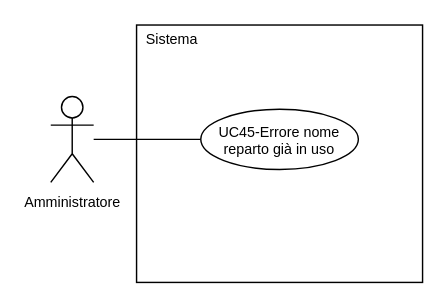
Before: 2-RTB/Documenti_esterni/Analisi_dei_requisiti/draw.io/UC45.drawio in SnakeByteTeam/snakebyteteam.github.io, a draw.io diagram. Source tidied: cells renumbered, new cells numbered last; positions are measured from the earlier drawing's top-left corner, leaving out a move shared by most shapes. Both pictures are drawn from the tidied source at 143%, with x=0, y=0 at pixel (50, 24).
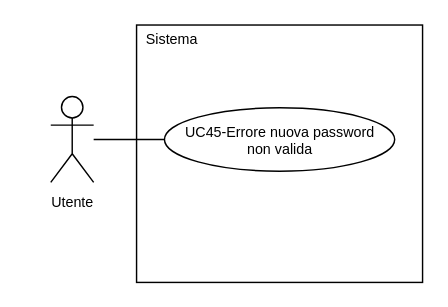
After the change.

The edit, as a diff of the source:
```diff
@@
 <mxGraphModel>
   <root>
     <mxCell id="0" />
     <mxCell id="1" parent="0" />
-    <mxCell id="2" value="&lt;span style=&quot;font-size: 10px;&quot;&gt;Amministratore&lt;/span&gt;" style="shape=umlActor;verticalLabelPosition=bottom;verticalAlign=top;html=1;outlineConnect=0;" parent="1" vertex="1">
+    <mxCell id="2" value="&lt;font style=&quot;font-size: 10px; line-height: 100%;&quot;&gt;Utente&lt;/font&gt;" style="shape=umlActor;verticalLabelPosition=bottom;verticalAlign=top;html=1;outlineConnect=0;" parent="1" vertex="1">
       <mxGeometry y="50" width="30" height="60" as="geometry" />
     </mxCell>
     <mxCell id="3" style="rounded=0;whiteSpace=wrap;html=1;" parent="1" vertex="1">
       <mxGeometry x="60" width="200" height="180" as="geometry" />
     </mxCell>
     <mxCell id="4" style="edgeStyle=orthogonalEdgeStyle;rounded=0;jettySize=auto;html=1;exitX=0;exitY=0.5;exitDx=0;exitDy=0;endArrow=none;endFill=0;" parent="1" edge="1" source="5" target="2">
       <mxGeometry relative="1" as="geometry" />
     </mxCell>
-    <mxCell id="5" value="&lt;div style=&quot;line-height: 100%;&quot;&gt;&lt;font style=&quot;line-height: 100%; font-size: 10px;&quot;&gt;UC45-Errore nome reparto già in uso&lt;/font&gt;&lt;/div&gt;" style="ellipse;whiteSpace=wrap;html=1;" parent="1" vertex="1">
-      <mxGeometry x="104.9" y="58.9" width="110.2" height="42.1" as="geometry" />
+    <mxCell id="5" value="&lt;div style=&quot;line-height: 100%;&quot;&gt;&lt;font style=&quot;line-height: 100%; font-size: 10px;&quot;&gt;UC45-Errore nuova password&lt;/font&gt;&lt;/div&gt;&lt;div style=&quot;line-height: 100%;&quot;&gt;&lt;font style=&quot;line-height: 100%; font-size: 10px;&quot;&gt;non valida&lt;/font&gt;&lt;/div&gt;" style="ellipse;whiteSpace=wrap;html=1;" parent="1" vertex="1">
+      <mxGeometry x="79.5" y="57.9" width="161" height="44.3" as="geometry" />
     </mxCell>
     <mxCell id="6" value="&lt;font style=&quot;font-size: 10px;&quot;&gt;Sistema&lt;/font&gt;" style="text;html=1;whiteSpace=wrap;strokeColor=none;fillColor=none;align=center;verticalAlign=middle;rounded=0;" parent="1" vertex="1">
       <mxGeometry x="60" width="50" height="20" as="geometry" />
     </mxCell>
   </root>
 </mxGraphModel>
```
